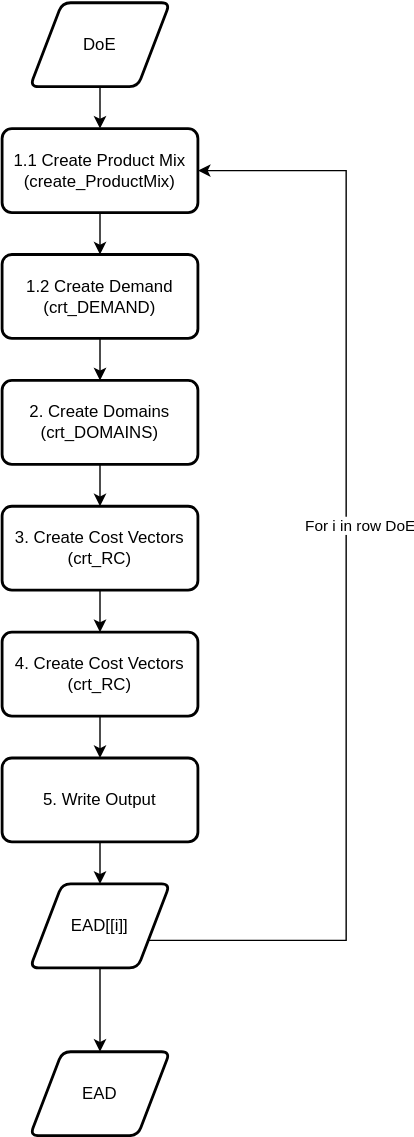
olemesser/EAD keeps this draw.io diagram as vignettes/images/ead_flow.svg. Above is the earlier version. Source tidied: cells renumbered, new cells last; positions are measured from the earlier drawing's top-left corner, leaving out a move shared by most shapes. The source it was exported from:
```xml
<mxGraphModel>
  <root>
    <mxCell id="0" />
    <mxCell id="1" parent="0" />
    <mxCell id="2" style="edgeStyle=orthogonalEdgeStyle;rounded=0;jettySize=auto;html=1;exitX=0.5;exitY=1;exitDx=0;exitDy=0;" parent="1" edge="1" source="3" target="10">
      <mxGeometry relative="1" as="geometry" />
    </mxCell>
    <mxCell id="3" value="DoE" style="shape=parallelogram;html=1;strokeWidth=2;perimeter=parallelogramPerimeter;whiteSpace=wrap;rounded=1;arcSize=12;size=0.23;" parent="1" vertex="1">
      <mxGeometry x="20" width="100" height="60" as="geometry" />
    </mxCell>
    <mxCell id="4" style="edgeStyle=orthogonalEdgeStyle;rounded=0;jettySize=auto;html=1;exitX=0.5;exitY=1;exitDx=0;exitDy=0;" parent="1" edge="1" source="7" target="8">
      <mxGeometry relative="1" as="geometry" />
    </mxCell>
    <mxCell id="5" style="edgeStyle=orthogonalEdgeStyle;rounded=0;jettySize=auto;html=1;exitX=1;exitY=0.75;exitDx=0;exitDy=0;entryX=1;entryY=0.5;entryDx=0;entryDy=0;" parent="1" edge="1" source="7" target="10">
      <mxGeometry relative="1" as="geometry">
        <Array as="points">
          <mxPoint x="246" y="670" />
          <mxPoint x="246" y="120" />
        </Array>
      </mxGeometry>
    </mxCell>
    <mxCell id="6" value="For i in row DoE" style="edgeLabel;html=1;align=center;verticalAlign=middle;" parent="5" vertex="1">
      <mxGeometry x="0.1" y="-9" relative="1" as="geometry" />
    </mxCell>
    <mxCell id="7" value="EAD[[i]]" style="shape=parallelogram;html=1;strokeWidth=2;perimeter=parallelogramPerimeter;whiteSpace=wrap;rounded=1;arcSize=12;size=0.23;" parent="1" vertex="1">
      <mxGeometry x="20" y="630" width="100" height="60" as="geometry" />
    </mxCell>
    <mxCell id="8" value="EAD" style="shape=parallelogram;html=1;strokeWidth=2;perimeter=parallelogramPerimeter;whiteSpace=wrap;rounded=1;arcSize=12;size=0.23;" parent="1" vertex="1">
      <mxGeometry x="20" y="750" width="100" height="60" as="geometry" />
    </mxCell>
    <mxCell id="9" style="edgeStyle=orthogonalEdgeStyle;rounded=0;jettySize=auto;html=1;exitX=0.5;exitY=1;exitDx=0;exitDy=0;entryX=0.5;entryY=0;entryDx=0;entryDy=0;" parent="1" edge="1" source="10" target="12">
      <mxGeometry relative="1" as="geometry" />
    </mxCell>
    <mxCell id="10" value="1.1 Create Product Mix&lt;br&gt;(create_ProductMix)" style="rounded=1;whiteSpace=wrap;html=1;absoluteArcSize=1;arcSize=14;strokeWidth=2;" parent="1" vertex="1">
      <mxGeometry y="90" width="140" height="60" as="geometry" />
    </mxCell>
    <mxCell id="11" style="edgeStyle=orthogonalEdgeStyle;rounded=0;jettySize=auto;html=1;exitX=0.5;exitY=1;exitDx=0;exitDy=0;" parent="1" edge="1" source="12" target="14">
      <mxGeometry relative="1" as="geometry" />
    </mxCell>
    <mxCell id="12" value="1.2 Create Demand&lt;br&gt;(crt_DEMAND)" style="rounded=1;whiteSpace=wrap;html=1;absoluteArcSize=1;arcSize=14;strokeWidth=2;" parent="1" vertex="1">
      <mxGeometry y="180" width="140" height="60" as="geometry" />
    </mxCell>
    <mxCell id="13" style="edgeStyle=orthogonalEdgeStyle;rounded=0;jettySize=auto;html=1;exitX=0.5;exitY=1;exitDx=0;exitDy=0;entryX=0.5;entryY=0;entryDx=0;entryDy=0;" parent="1" edge="1" source="14" target="16">
      <mxGeometry relative="1" as="geometry" />
    </mxCell>
    <mxCell id="14" value="2. Create Domains&lt;br&gt;(crt_DOMAINS)" style="rounded=1;whiteSpace=wrap;html=1;absoluteArcSize=1;arcSize=14;strokeWidth=2;" parent="1" vertex="1">
      <mxGeometry y="270" width="140" height="60" as="geometry" />
    </mxCell>
    <mxCell id="15" style="edgeStyle=orthogonalEdgeStyle;rounded=0;jettySize=auto;html=1;exitX=0.5;exitY=1;exitDx=0;exitDy=0;entryX=0.5;entryY=0;entryDx=0;entryDy=0;" parent="1" edge="1" source="16" target="18">
      <mxGeometry relative="1" as="geometry" />
    </mxCell>
    <mxCell id="16" value="3. Create Cost Vectors&lt;br&gt;(crt_RC)" style="rounded=1;whiteSpace=wrap;html=1;absoluteArcSize=1;arcSize=14;strokeWidth=2;" parent="1" vertex="1">
      <mxGeometry y="360" width="140" height="60" as="geometry" />
    </mxCell>
    <mxCell id="17" style="edgeStyle=orthogonalEdgeStyle;rounded=0;jettySize=auto;html=1;exitX=0.5;exitY=1;exitDx=0;exitDy=0;entryX=0.5;entryY=0;entryDx=0;entryDy=0;" parent="1" edge="1" source="18" target="20">
      <mxGeometry relative="1" as="geometry" />
    </mxCell>
    <mxCell id="18" value="4. Create Cost Vectors&lt;br&gt;(crt_RC)" style="rounded=1;whiteSpace=wrap;html=1;absoluteArcSize=1;arcSize=14;strokeWidth=2;" parent="1" vertex="1">
      <mxGeometry y="450" width="140" height="60" as="geometry" />
    </mxCell>
    <mxCell id="19" style="edgeStyle=orthogonalEdgeStyle;rounded=0;jettySize=auto;html=1;exitX=0.5;exitY=1;exitDx=0;exitDy=0;entryX=0.5;entryY=0;entryDx=0;entryDy=0;" parent="1" edge="1" source="20" target="7">
      <mxGeometry relative="1" as="geometry" />
    </mxCell>
    <mxCell id="20" value="5. Write Output" style="rounded=1;whiteSpace=wrap;html=1;absoluteArcSize=1;arcSize=14;strokeWidth=2;" parent="1" vertex="1">
      <mxGeometry y="540" width="140" height="60" as="geometry" />
    </mxCell>
  </root>
</mxGraphModel>
```
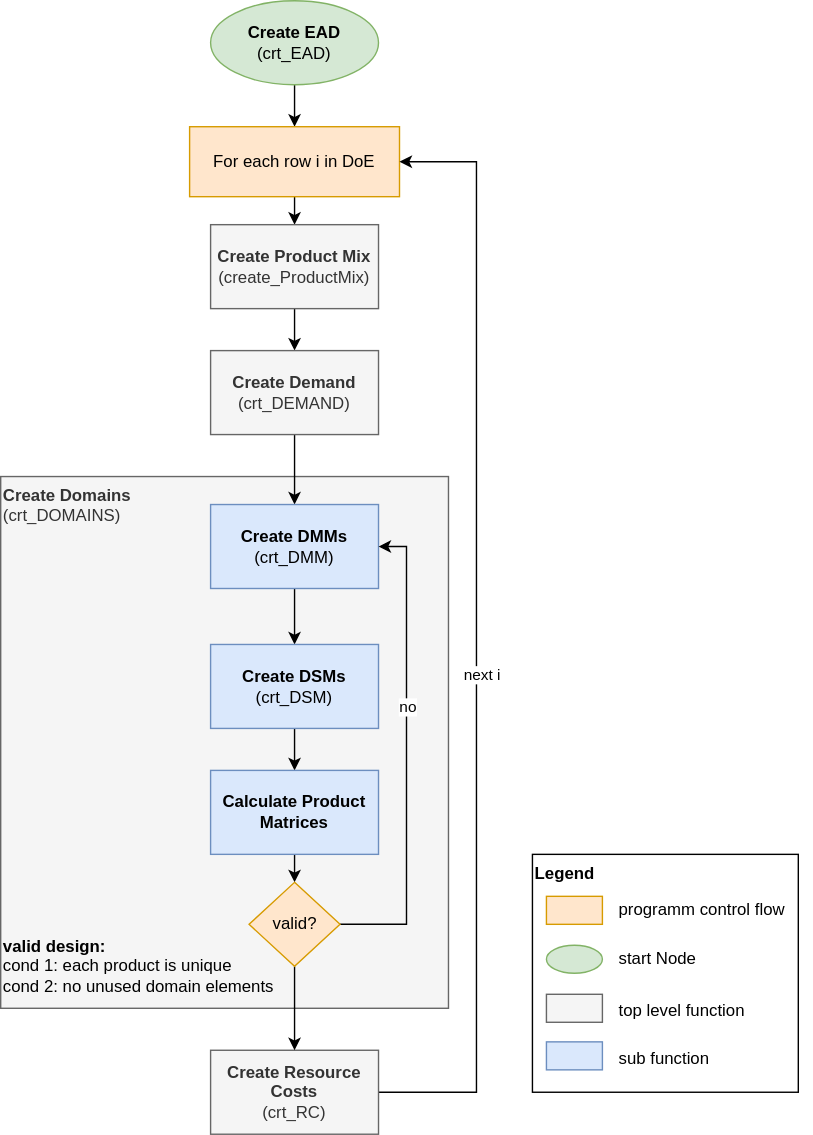
Later version of the same file.

Change to the diagram source:
```diff
@@ -2,67 +2,111 @@
   <root>
     <mxCell id="0" />
     <mxCell id="1" parent="0" />
-    <mxCell id="2" style="edgeStyle=orthogonalEdgeStyle;rounded=0;jettySize=auto;html=1;exitX=0.5;exitY=1;exitDx=0;exitDy=0;" parent="1" edge="1" source="3" target="10">
-      <mxGeometry relative="1" as="geometry" />
-    </mxCell>
-    <mxCell id="3" value="DoE" style="shape=parallelogram;html=1;strokeWidth=2;perimeter=parallelogramPerimeter;whiteSpace=wrap;rounded=1;arcSize=12;size=0.23;" parent="1" vertex="1">
-      <mxGeometry x="20" width="100" height="60" as="geometry" />
-    </mxCell>
-    <mxCell id="4" style="edgeStyle=orthogonalEdgeStyle;rounded=0;jettySize=auto;html=1;exitX=0.5;exitY=1;exitDx=0;exitDy=0;" parent="1" edge="1" source="7" target="8">
-      <mxGeometry relative="1" as="geometry" />
-    </mxCell>
-    <mxCell id="5" style="edgeStyle=orthogonalEdgeStyle;rounded=0;jettySize=auto;html=1;exitX=1;exitY=0.75;exitDx=0;exitDy=0;entryX=1;entryY=0.5;entryDx=0;entryDy=0;" parent="1" edge="1" source="7" target="10">
-      <mxGeometry relative="1" as="geometry">
-        <Array as="points">
-          <mxPoint x="246" y="670" />
-          <mxPoint x="246" y="120" />
-        </Array>
-      </mxGeometry>
-    </mxCell>
-    <mxCell id="6" value="For i in row DoE" style="edgeLabel;html=1;align=center;verticalAlign=middle;" parent="5" vertex="1">
-      <mxGeometry x="0.1" y="-9" relative="1" as="geometry" />
-    </mxCell>
-    <mxCell id="7" value="EAD[[i]]" style="shape=parallelogram;html=1;strokeWidth=2;perimeter=parallelogramPerimeter;whiteSpace=wrap;rounded=1;arcSize=12;size=0.23;" parent="1" vertex="1">
-      <mxGeometry x="20" y="630" width="100" height="60" as="geometry" />
-    </mxCell>
-    <mxCell id="8" value="EAD" style="shape=parallelogram;html=1;strokeWidth=2;perimeter=parallelogramPerimeter;whiteSpace=wrap;rounded=1;arcSize=12;size=0.23;" parent="1" vertex="1">
-      <mxGeometry x="20" y="750" width="100" height="60" as="geometry" />
-    </mxCell>
-    <mxCell id="9" style="edgeStyle=orthogonalEdgeStyle;rounded=0;jettySize=auto;html=1;exitX=0.5;exitY=1;exitDx=0;exitDy=0;entryX=0.5;entryY=0;entryDx=0;entryDy=0;" parent="1" edge="1" source="10" target="12">
-      <mxGeometry relative="1" as="geometry" />
-    </mxCell>
-    <mxCell id="10" value="1.1 Create Product Mix&lt;br&gt;(create_ProductMix)" style="rounded=1;whiteSpace=wrap;html=1;absoluteArcSize=1;arcSize=14;strokeWidth=2;" parent="1" vertex="1">
-      <mxGeometry y="90" width="140" height="60" as="geometry" />
-    </mxCell>
-    <mxCell id="11" style="edgeStyle=orthogonalEdgeStyle;rounded=0;jettySize=auto;html=1;exitX=0.5;exitY=1;exitDx=0;exitDy=0;" parent="1" edge="1" source="12" target="14">
-      <mxGeometry relative="1" as="geometry" />
-    </mxCell>
-    <mxCell id="12" value="1.2 Create Demand&lt;br&gt;(crt_DEMAND)" style="rounded=1;whiteSpace=wrap;html=1;absoluteArcSize=1;arcSize=14;strokeWidth=2;" parent="1" vertex="1">
-      <mxGeometry y="180" width="140" height="60" as="geometry" />
-    </mxCell>
-    <mxCell id="13" style="edgeStyle=orthogonalEdgeStyle;rounded=0;jettySize=auto;html=1;exitX=0.5;exitY=1;exitDx=0;exitDy=0;entryX=0.5;entryY=0;entryDx=0;entryDy=0;" parent="1" edge="1" source="14" target="16">
-      <mxGeometry relative="1" as="geometry" />
-    </mxCell>
-    <mxCell id="14" value="2. Create Domains&lt;br&gt;(crt_DOMAINS)" style="rounded=1;whiteSpace=wrap;html=1;absoluteArcSize=1;arcSize=14;strokeWidth=2;" parent="1" vertex="1">
-      <mxGeometry y="270" width="140" height="60" as="geometry" />
-    </mxCell>
-    <mxCell id="15" style="edgeStyle=orthogonalEdgeStyle;rounded=0;jettySize=auto;html=1;exitX=0.5;exitY=1;exitDx=0;exitDy=0;entryX=0.5;entryY=0;entryDx=0;entryDy=0;" parent="1" edge="1" source="16" target="18">
-      <mxGeometry relative="1" as="geometry" />
-    </mxCell>
-    <mxCell id="16" value="3. Create Cost Vectors&lt;br&gt;(crt_RC)" style="rounded=1;whiteSpace=wrap;html=1;absoluteArcSize=1;arcSize=14;strokeWidth=2;" parent="1" vertex="1">
-      <mxGeometry y="360" width="140" height="60" as="geometry" />
-    </mxCell>
-    <mxCell id="17" style="edgeStyle=orthogonalEdgeStyle;rounded=0;jettySize=auto;html=1;exitX=0.5;exitY=1;exitDx=0;exitDy=0;entryX=0.5;entryY=0;entryDx=0;entryDy=0;" parent="1" edge="1" source="18" target="20">
-      <mxGeometry relative="1" as="geometry" />
-    </mxCell>
-    <mxCell id="18" value="4. Create Cost Vectors&lt;br&gt;(crt_RC)" style="rounded=1;whiteSpace=wrap;html=1;absoluteArcSize=1;arcSize=14;strokeWidth=2;" parent="1" vertex="1">
-      <mxGeometry y="450" width="140" height="60" as="geometry" />
-    </mxCell>
-    <mxCell id="19" style="edgeStyle=orthogonalEdgeStyle;rounded=0;jettySize=auto;html=1;exitX=0.5;exitY=1;exitDx=0;exitDy=0;entryX=0.5;entryY=0;entryDx=0;entryDy=0;" parent="1" edge="1" source="20" target="7">
-      <mxGeometry relative="1" as="geometry" />
-    </mxCell>
-    <mxCell id="20" value="5. Write Output" style="rounded=1;whiteSpace=wrap;html=1;absoluteArcSize=1;arcSize=14;strokeWidth=2;" parent="1" vertex="1">
-      <mxGeometry y="540" width="140" height="60" as="geometry" />
-    </mxCell>
+    <mxCell id="21" value="&lt;b&gt;Legend&lt;/b&gt;" style="rounded=0;whiteSpace=wrap;html=1;align=left;verticalAlign=top;fillColor=none;" parent="1" vertex="1">
+      <mxGeometry x="216" y="600" width="190" height="170" as="geometry" />
+    </mxCell>
+    <mxCell id="22" style="edgeStyle=orthogonalEdgeStyle;rounded=0;jettySize=auto;html=1;exitX=0.5;exitY=1;exitDx=0;exitDy=0;" parent="1" edge="1" source="23" target="25">
+      <mxGeometry relative="1" as="geometry" />
+    </mxCell>
+    <mxCell id="23" value="&lt;b&gt;Create EAD&lt;/b&gt;&lt;br&gt;(crt_EAD)" style="ellipse;whiteSpace=wrap;html=1;fillColor=#d5e8d4;strokeColor=#82b366;" parent="1" vertex="1">
+      <mxGeometry x="-14" y="-10" width="120" height="60" as="geometry" />
+    </mxCell>
+    <mxCell id="24" style="edgeStyle=orthogonalEdgeStyle;rounded=0;jettySize=auto;html=1;exitX=0.5;exitY=1;exitDx=0;exitDy=0;entryX=0.5;entryY=0;entryDx=0;entryDy=0;" parent="1" edge="1" source="25" target="27">
+      <mxGeometry relative="1" as="geometry" />
+    </mxCell>
+    <mxCell id="25" value="For each row i in DoE" style="rounded=0;whiteSpace=wrap;html=1;fillColor=#ffe6cc;strokeColor=#d79b00;" parent="1" vertex="1">
+      <mxGeometry x="-29" y="80" width="150" height="50" as="geometry" />
+    </mxCell>
+    <mxCell id="26" style="edgeStyle=orthogonalEdgeStyle;rounded=0;jettySize=auto;html=1;exitX=0.5;exitY=1;exitDx=0;exitDy=0;entryX=0.5;entryY=0;entryDx=0;entryDy=0;" parent="1" edge="1" source="27" target="30">
+      <mxGeometry relative="1" as="geometry" />
+    </mxCell>
+    <mxCell id="27" value="&lt;b&gt;Create Product Mix&lt;/b&gt;&lt;br&gt;(create_ProductMix)" style="rounded=0;whiteSpace=wrap;html=1;fillColor=#f5f5f5;fontColor=#333333;strokeColor=#666666;" parent="1" vertex="1">
+      <mxGeometry x="-14" y="150" width="120" height="60" as="geometry" />
+    </mxCell>
+    <mxCell id="28" value="&lt;b&gt;Create Domains&lt;/b&gt;&lt;br&gt;(crt_DOMAINS)" style="rounded=0;whiteSpace=wrap;html=1;align=left;verticalAlign=top;fillColor=#f5f5f5;fontColor=#333333;strokeColor=#666666;" parent="1" vertex="1">
+      <mxGeometry x="-164" y="330" width="320" height="380" as="geometry" />
+    </mxCell>
+    <mxCell id="29" style="edgeStyle=orthogonalEdgeStyle;rounded=0;jettySize=auto;html=1;exitX=0.5;exitY=1;exitDx=0;exitDy=0;entryX=0.5;entryY=0;entryDx=0;entryDy=0;" parent="1" edge="1" source="30" target="32">
+      <mxGeometry relative="1" as="geometry" />
+    </mxCell>
+    <mxCell id="30" value="&lt;b&gt;Create Demand&lt;br&gt;&lt;/b&gt;(crt_DEMAND)" style="rounded=0;whiteSpace=wrap;html=1;fillColor=#f5f5f5;fontColor=#333333;strokeColor=#666666;" parent="1" vertex="1">
+      <mxGeometry x="-14" y="240" width="120" height="60" as="geometry" />
+    </mxCell>
+    <mxCell id="31" style="edgeStyle=orthogonalEdgeStyle;rounded=0;jettySize=auto;html=1;exitX=0.5;exitY=1;exitDx=0;exitDy=0;entryX=0.5;entryY=0;entryDx=0;entryDy=0;" parent="1" edge="1" source="32" target="34">
+      <mxGeometry relative="1" as="geometry" />
+    </mxCell>
+    <mxCell id="32" value="&lt;b&gt;Create DMMs&lt;/b&gt;&lt;br&gt;(crt_DMM)" style="rounded=0;whiteSpace=wrap;html=1;fillColor=#dae8fc;strokeColor=#6c8ebf;" parent="1" vertex="1">
+      <mxGeometry x="-14" y="350" width="120" height="60" as="geometry" />
+    </mxCell>
+    <mxCell id="33" style="edgeStyle=orthogonalEdgeStyle;rounded=0;jettySize=auto;html=1;exitX=0.5;exitY=1;exitDx=0;exitDy=0;" parent="1" edge="1" source="34" target="36">
+      <mxGeometry relative="1" as="geometry" />
+    </mxCell>
+    <mxCell id="34" value="&lt;b&gt;Create DSMs&lt;/b&gt;&lt;br&gt;(crt_DSM)" style="rounded=0;whiteSpace=wrap;html=1;fillColor=#dae8fc;strokeColor=#6c8ebf;" parent="1" vertex="1">
+      <mxGeometry x="-14" y="450" width="120" height="60" as="geometry" />
+    </mxCell>
+    <mxCell id="35" style="edgeStyle=orthogonalEdgeStyle;rounded=0;jettySize=auto;html=1;exitX=0.5;exitY=1;exitDx=0;exitDy=0;entryX=0.5;entryY=0;entryDx=0;entryDy=0;" parent="1" edge="1" source="36" target="44">
+      <mxGeometry relative="1" as="geometry" />
+    </mxCell>
+    <mxCell id="36" value="&lt;b&gt;Calculate Product Matrices&lt;/b&gt;" style="rounded=0;whiteSpace=wrap;html=1;fillColor=#dae8fc;strokeColor=#6c8ebf;" parent="1" vertex="1">
+      <mxGeometry x="-14" y="540" width="120" height="60" as="geometry" />
+    </mxCell>
+    <mxCell id="37" style="edgeStyle=orthogonalEdgeStyle;rounded=0;jettySize=auto;html=1;exitX=1;exitY=0.5;exitDx=0;exitDy=0;entryX=1;entryY=0.5;entryDx=0;entryDy=0;" parent="1" edge="1" source="44" target="32">
+      <mxGeometry relative="1" as="geometry">
+        <Array as="points">
+          <mxPoint x="126" y="650" />
+          <mxPoint x="126" y="380" />
+        </Array>
+      </mxGeometry>
+    </mxCell>
+    <mxCell id="38" value="no" style="edgeLabel;html=1;align=center;verticalAlign=middle;" parent="37" vertex="1">
+      <mxGeometry x="0.21" relative="1" as="geometry" />
+    </mxCell>
+    <mxCell id="39" value="&lt;b&gt;valid design:&lt;/b&gt;&lt;br&gt;cond 1: each product is unique&lt;br&gt;cond 2: no unused domain elements" style="text;html=1;align=left;verticalAlign=middle;strokeColor=none;fillColor=none;" parent="1" vertex="1">
+      <mxGeometry x="-164" y="650" width="220" height="60" as="geometry" />
+    </mxCell>
+    <mxCell id="40" style="edgeStyle=orthogonalEdgeStyle;rounded=0;jettySize=auto;html=1;exitX=1;exitY=0.5;exitDx=0;exitDy=0;entryX=1;entryY=0.5;entryDx=0;entryDy=0;" parent="1" edge="1" source="42" target="25">
+      <mxGeometry relative="1" as="geometry">
+        <Array as="points">
+          <mxPoint x="176" y="770" />
+          <mxPoint x="176" y="105" />
+        </Array>
+      </mxGeometry>
+    </mxCell>
+    <mxCell id="41" value="next i" style="edgeLabel;html=1;align=center;verticalAlign=middle;" parent="40" vertex="1">
+      <mxGeometry x="-0.07" y="-3" relative="1" as="geometry" />
+    </mxCell>
+    <mxCell id="42" value="&lt;b&gt;Create Resource Costs&lt;/b&gt;&lt;br&gt;(crt_RC)" style="rounded=0;whiteSpace=wrap;html=1;fillColor=#f5f5f5;fontColor=#333333;strokeColor=#666666;" parent="1" vertex="1">
+      <mxGeometry x="-14" y="740" width="120" height="60" as="geometry" />
+    </mxCell>
+    <mxCell id="43" style="edgeStyle=orthogonalEdgeStyle;rounded=0;jettySize=auto;html=1;exitX=0.5;exitY=1;exitDx=0;exitDy=0;entryX=0.5;entryY=0;entryDx=0;entryDy=0;" parent="1" edge="1" source="44" target="42">
+      <mxGeometry relative="1" as="geometry" />
+    </mxCell>
+    <mxCell id="44" value="valid?" style="rhombus;whiteSpace=wrap;html=1;fillColor=#ffe6cc;strokeColor=#d79b00;" parent="1" vertex="1">
+      <mxGeometry x="13.5" y="620" width="65" height="60" as="geometry" />
+    </mxCell>
+    <mxCell id="45" style="rounded=0;whiteSpace=wrap;html=1;fillColor=#ffe6cc;strokeColor=#d79b00;" parent="1" vertex="1">
+      <mxGeometry x="226" y="630" width="40" height="20" as="geometry" />
+    </mxCell>
+    <mxCell id="46" value="programm control flow" style="text;html=1;align=left;verticalAlign=middle;strokeColor=none;fillColor=none;" parent="1" vertex="1">
+      <mxGeometry x="276" y="625" width="140" height="30" as="geometry" />
+    </mxCell>
+    <mxCell id="47" style="rounded=0;whiteSpace=wrap;html=1;fillColor=#f5f5f5;strokeColor=#666666;fontColor=#333333;" parent="1" vertex="1">
+      <mxGeometry x="226" y="700" width="40" height="20" as="geometry" />
+    </mxCell>
+    <mxCell id="48" value="start Node" style="text;html=1;align=left;verticalAlign=middle;strokeColor=none;fillColor=none;" parent="1" vertex="1">
+      <mxGeometry x="276" y="660" width="80" height="30" as="geometry" />
+    </mxCell>
+    <mxCell id="49" style="ellipse;whiteSpace=wrap;html=1;fillColor=#d5e8d4;strokeColor=#82b366;" parent="1" vertex="1">
+      <mxGeometry x="226" y="665" width="40" height="20" as="geometry" />
+    </mxCell>
+    <mxCell id="50" value="top level function" style="text;html=1;align=left;verticalAlign=middle;strokeColor=none;fillColor=none;" parent="1" vertex="1">
+      <mxGeometry x="276" y="697" width="110" height="30" as="geometry" />
+    </mxCell>
+    <mxCell id="51" style="rounded=0;whiteSpace=wrap;html=1;fillColor=#dae8fc;strokeColor=#6c8ebf;" parent="1" vertex="1">
+      <mxGeometry x="226" y="734" width="40" height="20" as="geometry" />
+    </mxCell>
+    <mxCell id="52" value="sub function" style="text;html=1;align=left;verticalAlign=middle;strokeColor=none;fillColor=none;" parent="1" vertex="1">
+      <mxGeometry x="276" y="731" width="90" height="30" as="geometry" />
+    </mxCell>
   </root>
 </mxGraphModel>
```
